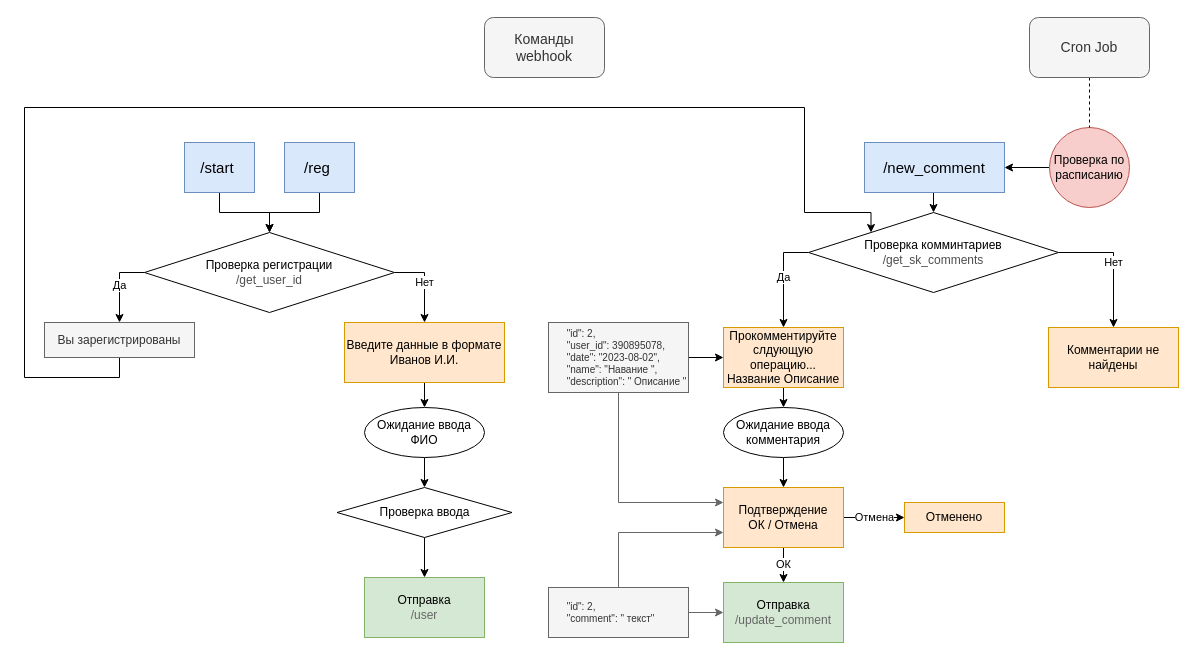
i5anin/telegram-bot.js keeps this draw.io diagram as doc/drow.drawio. Above is the earlier version. Source tidied: cells renumbered, new cells numbered last; positions are measured from the earlier drawing's top-left corner, leaving out a move shared by most shapes. Both pictures are drawn from the tidied source at 100%, with x=0, y=0 at pixel (24, 17).
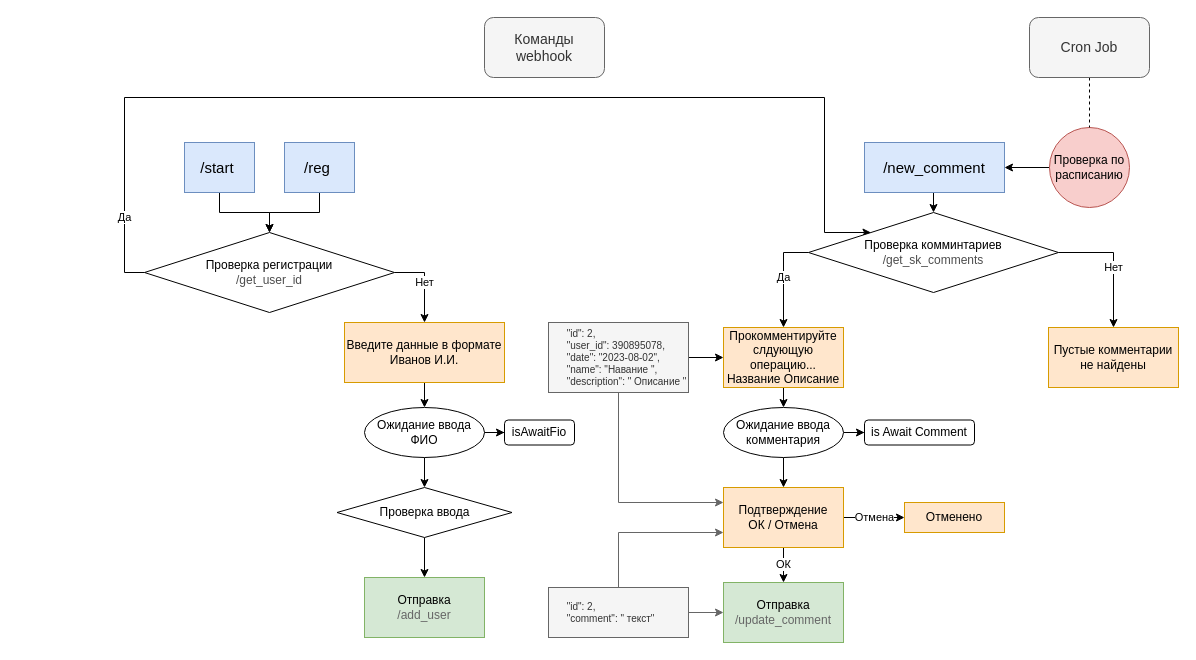
After the change.

Unchanged cells that the change refers to:
```xml
<mxCell id="10" value="Проверка регистрации&lt;br&gt;&lt;font color=&quot;#4d4d4d&quot;&gt;/get_user_id&lt;/font&gt;" style="rhombus;whiteSpace=wrap;html=1;" parent="1" vertex="1">
  <mxGeometry x="120" y="215" width="250" height="80" as="geometry" />
</mxCell>
<mxCell id="16" value="Ожидание ввода ФИО" style="ellipse;whiteSpace=wrap;html=1;" parent="1" vertex="1">
  <mxGeometry x="340" y="390" width="120" height="50" as="geometry" />
</mxCell>
<mxCell id="21" value="Проверка комминтариев&lt;br&gt;&lt;font color=&quot;#4d4d4d&quot;&gt;/get_sk_comments&lt;/font&gt;" style="rhombus;whiteSpace=wrap;html=1;" parent="1" vertex="1">
  <mxGeometry x="784" y="195" width="250" height="80" as="geometry" />
</mxCell>
<mxCell id="27" value="Ожидание ввода комментария" style="ellipse;whiteSpace=wrap;html=1;" parent="1" vertex="1">
  <mxGeometry x="699" y="390" width="120" height="50" as="geometry" />
</mxCell>
```

Change to the diagram source:
```diff
@@
-    <mxCell id="8" value="Да" style="edgeStyle=orthogonalEdgeStyle;rounded=0;jettySize=auto;html=1;exitX=0;exitY=0.5;exitDx=0;exitDy=0;entryX=0.5;entryY=0;entryDx=0;entryDy=0;" parent="1" edge="1" source="10" target="12">
-      <mxGeometry relative="1" as="geometry" />
+    <mxCell id="8" value="Да" style="edgeStyle=orthogonalEdgeStyle;rounded=0;jettySize=auto;html=1;exitX=0;exitY=0.5;exitDx=0;exitDy=0;entryX=0;entryY=0;entryDx=0;entryDy=0;" parent="1" edge="1" source="10" target="21">
+      <mxGeometry x="-0.86" relative="1" as="geometry">
+        <Array as="points">
+          <mxPoint x="100" y="255" />
+          <mxPoint x="100" y="80" />
+          <mxPoint x="800" y="80" />
+          <mxPoint x="800" y="215" />
+        </Array>
+      </mxGeometry>
     </mxCell>
@@
-    <mxCell id="11" style="edgeStyle=orthogonalEdgeStyle;rounded=0;jettySize=auto;html=1;exitX=0.5;exitY=1;exitDx=0;exitDy=0;entryX=0;entryY=0;entryDx=0;entryDy=0;" parent="1" edge="1" source="12" target="21">
-      <mxGeometry relative="1" as="geometry">
-        <Array as="points">
-          <mxPoint x="95" y="360" />
-          <mxPoint y="360" />
-          <mxPoint y="90" />
-          <mxPoint x="780" y="90" />
-          <mxPoint x="780" y="195" />
-          <mxPoint x="847" y="195" />
-        </Array>
-      </mxGeometry>
-    </mxCell>
-    <mxCell id="12" value="Вы зарегистрированы" style="rounded=0;whiteSpace=wrap;html=1;fillColor=#f5f5f5;strokeColor=#666666;fontColor=#333333;" parent="1" vertex="1">
-      <mxGeometry x="20" y="305" width="150" height="35" as="geometry" />
-    </mxCell>
@@
+    <mxCell id="44" style="edgeStyle=orthogonalEdgeStyle;rounded=0;jettySize=auto;html=1;" parent="1" edge="1" source="16" target="47">
+      <mxGeometry relative="1" as="geometry" />
+    </mxCell>
@@
     <mxCell id="20" value="Нет" style="edgeStyle=orthogonalEdgeStyle;rounded=0;jettySize=auto;html=1;exitX=1;exitY=0.5;exitDx=0;exitDy=0;entryX=0.5;entryY=0;entryDx=0;entryDy=0;" parent="1" edge="1" source="21" target="25">
-      <mxGeometry relative="1" as="geometry" />
+      <mxGeometry x="0.08" relative="1" as="geometry" />
     </mxCell>
@@
-    <mxCell id="25" value="Комментарии не найдены" style="rounded=0;whiteSpace=wrap;html=1;fillColor=#ffe6cc;strokeColor=#d79b00;" parent="1" vertex="1">
+    <mxCell id="25" value="Пустые комментарии не найдены" style="rounded=0;whiteSpace=wrap;html=1;fillColor=#ffe6cc;strokeColor=#d79b00;" parent="1" vertex="1">
       <mxGeometry x="1024" y="310" width="130" height="60" as="geometry" />
     </mxCell>
@@
+    <mxCell id="45" style="edgeStyle=orthogonalEdgeStyle;rounded=0;jettySize=auto;html=1;" parent="1" edge="1" source="27" target="46">
+      <mxGeometry relative="1" as="geometry" />
+    </mxCell>
@@
-    <mxCell id="39" value="Отправка&lt;br&gt;&lt;font color=&quot;#666666&quot;&gt;/user&lt;/font&gt;" style="rounded=0;whiteSpace=wrap;html=1;fillColor=#d5e8d4;strokeColor=#82b366;" parent="1" vertex="1">
+    <mxCell id="39" value="Отправка&lt;br&gt;&lt;font color=&quot;#666666&quot;&gt;/add_user&lt;/font&gt;" style="rounded=0;whiteSpace=wrap;html=1;fillColor=#d5e8d4;strokeColor=#82b366;" parent="1" vertex="1">
       <mxGeometry x="340" y="560" width="120" height="60" as="geometry" />
     </mxCell>
@@
+    <mxCell id="46" value="is Await Comment" style="rounded=1;whiteSpace=wrap;html=1;" parent="1" vertex="1">
+      <mxGeometry x="840" y="402.5" width="110" height="25" as="geometry" />
+    </mxCell>
+    <mxCell id="47" value="isAwaitFio" style="rounded=1;whiteSpace=wrap;html=1;" parent="1" vertex="1">
+      <mxGeometry x="480" y="402.5" width="70" height="25" as="geometry" />
+    </mxCell>
```
